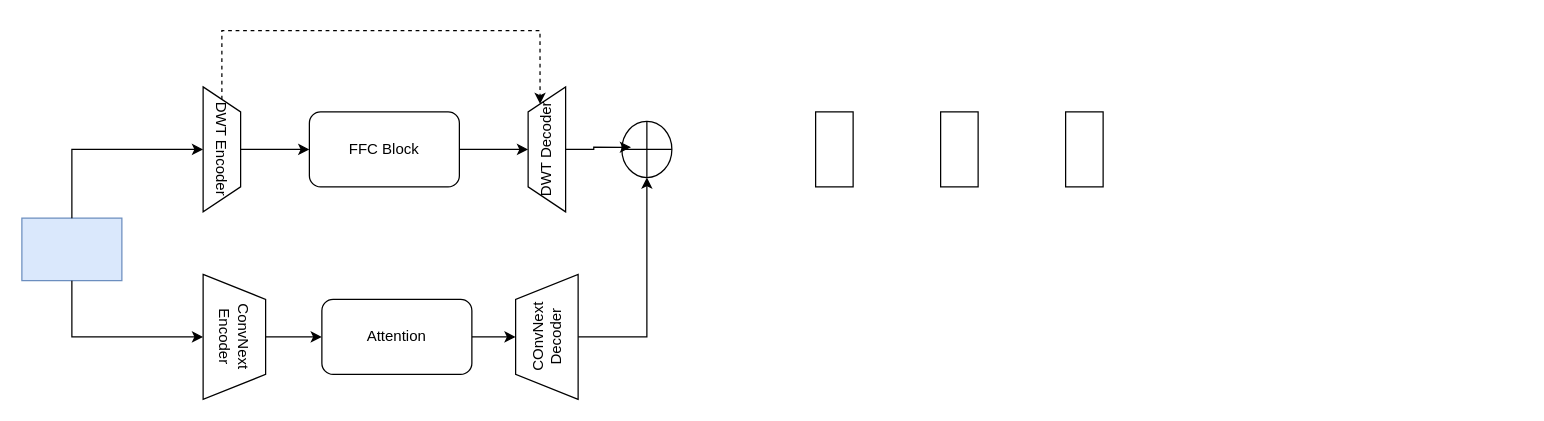
lemonyouth/BST keeps this draw.io diagram as architect.drawio. Above is the earlier version. Source tidied: cells renumbered, new cells numbered last; positions are measured from the earlier drawing's top-left corner, leaving out a move shared by most shapes. Both pictures are drawn from the tidied source at 125%, with x=0, y=0 at pixel (21, 30).
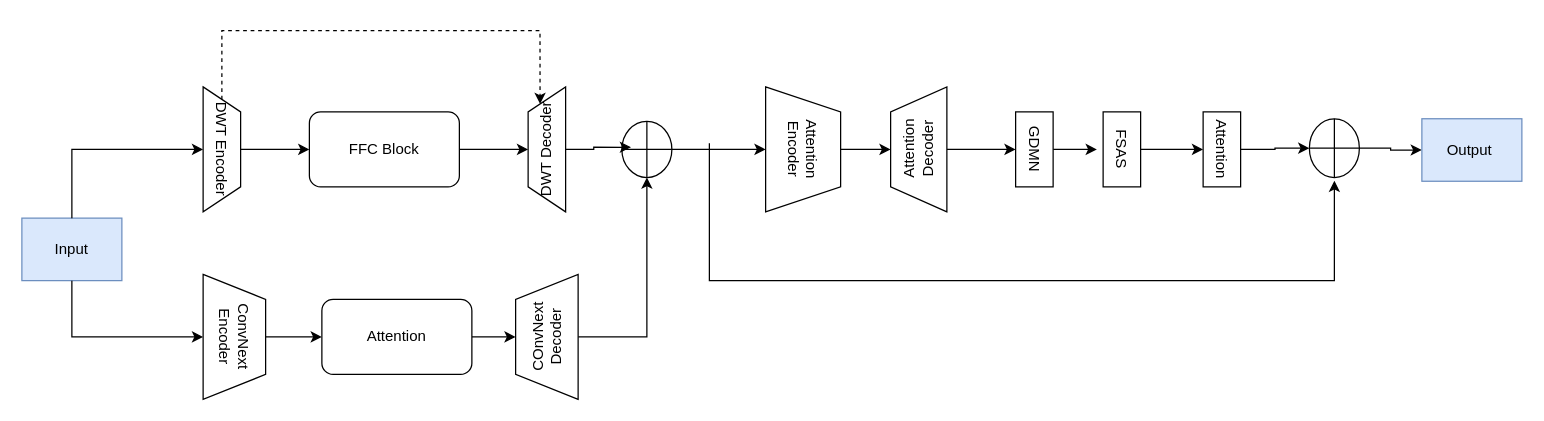
The same page after the edit.

Unchanged cells that the change refers to:
```xml
<mxCell id="17" style="shape=orEllipse;perimeter=ellipsePerimeter;whiteSpace=wrap;html=1;backgroundOutline=1;" parent="1" vertex="1">
  <mxGeometry x="480" y="72.5" width="40" height="45" as="geometry" />
</mxCell>
```

Change to the diagram source:
```diff
@@
-    <mxCell id="2" style="rounded=0;whiteSpace=wrap;html=1;fillColor=#dae8fc;strokeColor=#6c8ebf;" parent="1" vertex="1">
+    <mxCell id="2" value="Input" style="rounded=0;whiteSpace=wrap;html=1;fillColor=#dae8fc;strokeColor=#6c8ebf;" parent="1" vertex="1">
       <mxGeometry y="150" width="80" height="50" as="geometry" />
     </mxCell>
@@
+    <mxCell id="22" style="edgeStyle=orthogonalEdgeStyle;rounded=0;jettySize=auto;html=1;entryX=0.5;entryY=1;entryDx=0;entryDy=0;" parent="1" edge="1" source="17" target="25">
+      <mxGeometry relative="1" as="geometry" />
+    </mxCell>
@@
+    <mxCell id="23" style="edgeStyle=orthogonalEdgeStyle;rounded=0;jettySize=auto;html=1;exitX=0.5;exitY=0;exitDx=0;exitDy=0;" parent="1" edge="1" source="19">
+      <mxGeometry relative="1" as="geometry">
+        <mxPoint x="860" y="95" as="targetPoint" />
+      </mxGeometry>
+    </mxCell>
-    <mxCell id="19" style="rounded=0;whiteSpace=wrap;html=1;rotation=90;" parent="1" vertex="1">
-      <mxGeometry x="620" y="80" width="60" height="30" as="geometry" />
+    <mxCell id="19" value="GDMN" style="rounded=0;whiteSpace=wrap;html=1;rotation=90;" parent="1" vertex="1">
+      <mxGeometry x="780" y="80" width="60" height="30" as="geometry" />
     </mxCell>
-    <mxCell id="20" style="rounded=0;whiteSpace=wrap;html=1;rotation=90;" parent="1" vertex="1">
-      <mxGeometry x="720" y="80" width="60" height="30" as="geometry" />
-    </mxCell>
-    <mxCell id="21" style="rounded=0;whiteSpace=wrap;html=1;rotation=90;" parent="1" vertex="1">
-      <mxGeometry x="820" y="80" width="60" height="30" as="geometry" />
-    </mxCell>
+    <mxCell id="24" style="edgeStyle=orthogonalEdgeStyle;rounded=0;jettySize=auto;html=1;" parent="1" edge="1" source="25" target="27">
+      <mxGeometry relative="1" as="geometry" />
+    </mxCell>
+    <mxCell id="25" value="Attention&lt;div&gt;Encoder&lt;/div&gt;" style="shape=trapezoid;perimeter=trapezoidPerimeter;whiteSpace=wrap;html=1;fixedSize=1;rotation=90;" parent="1" vertex="1">
+      <mxGeometry x="575" y="65" width="100" height="60" as="geometry" />
+    </mxCell>
+    <mxCell id="26" style="edgeStyle=orthogonalEdgeStyle;rounded=0;jettySize=auto;html=1;entryX=0.5;entryY=1;entryDx=0;entryDy=0;" parent="1" edge="1" source="27" target="19">
+      <mxGeometry relative="1" as="geometry" />
+    </mxCell>
+    <mxCell id="27" value="Attention&lt;div&gt;Decoder&lt;/div&gt;" style="shape=trapezoid;perimeter=trapezoidPerimeter;whiteSpace=wrap;html=1;fixedSize=1;rotation=-90;" parent="1" vertex="1">
+      <mxGeometry x="667.5" y="72.5" width="100" height="45" as="geometry" />
+    </mxCell>
+    <mxCell id="28" style="edgeStyle=orthogonalEdgeStyle;rounded=0;jettySize=auto;html=1;exitX=0.5;exitY=0;exitDx=0;exitDy=0;entryX=0.5;entryY=1;entryDx=0;entryDy=0;" parent="1" edge="1" source="29" target="31">
+      <mxGeometry relative="1" as="geometry" />
+    </mxCell>
+    <mxCell id="29" value="FSAS" style="rounded=0;whiteSpace=wrap;html=1;rotation=90;" parent="1" vertex="1">
+      <mxGeometry x="850" y="80" width="60" height="30" as="geometry" />
+    </mxCell>
+    <mxCell id="30" style="edgeStyle=orthogonalEdgeStyle;rounded=0;jettySize=auto;html=1;exitX=0.5;exitY=0;exitDx=0;exitDy=0;entryX=0;entryY=0.5;entryDx=0;entryDy=0;" parent="1" edge="1" source="31" target="33">
+      <mxGeometry relative="1" as="geometry" />
+    </mxCell>
+    <mxCell id="31" value="Attention" style="rounded=0;whiteSpace=wrap;html=1;rotation=90;" parent="1" vertex="1">
+      <mxGeometry x="930" y="80" width="60" height="30" as="geometry" />
+    </mxCell>
+    <mxCell id="32" style="edgeStyle=orthogonalEdgeStyle;rounded=0;jettySize=auto;html=1;exitX=1;exitY=0.5;exitDx=0;exitDy=0;" parent="1" edge="1" source="33" target="35">
+      <mxGeometry relative="1" as="geometry" />
+    </mxCell>
+    <mxCell id="33" style="shape=orEllipse;perimeter=ellipsePerimeter;whiteSpace=wrap;html=1;backgroundOutline=1;" parent="1" vertex="1">
+      <mxGeometry x="1030" y="70.5" width="40" height="47" as="geometry" />
+    </mxCell>
+    <mxCell id="34" style="endArrow=classic;html=1;rounded=0;" parent="1" edge="1">
+      <mxGeometry relative="1" as="geometry">
+        <mxPoint x="550" y="90" as="sourcePoint" />
+        <mxPoint x="1050" y="120" as="targetPoint" />
+        <Array as="points">
+          <mxPoint x="550" y="200" />
+          <mxPoint x="1050" y="200" />
+        </Array>
+      </mxGeometry>
+    </mxCell>
+    <mxCell id="35" value="Output&amp;nbsp;" style="rounded=0;whiteSpace=wrap;html=1;fillColor=#dae8fc;strokeColor=#6c8ebf;" parent="1" vertex="1">
+      <mxGeometry x="1120" y="70.5" width="80" height="50" as="geometry" />
+    </mxCell>
```
